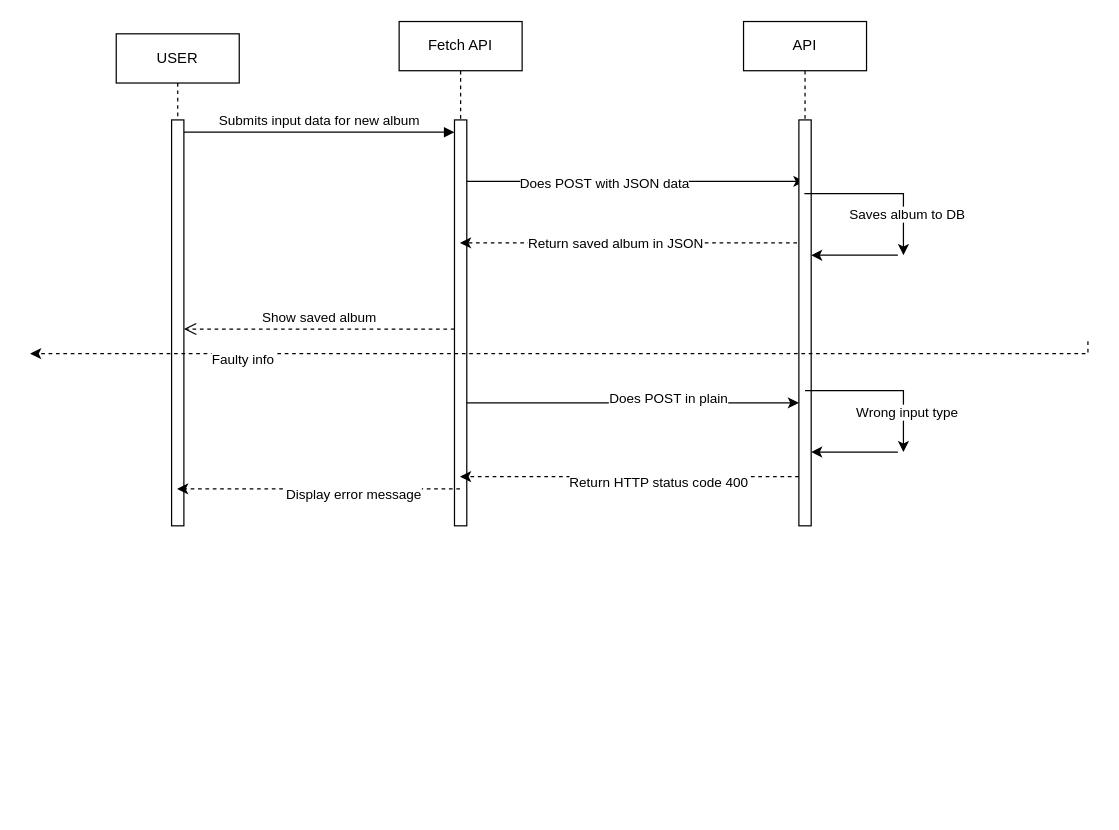
Earlier version of the draw.io diagram Documentation/UMLDiagramPOST.drawio (LyonBerends/web-basics). Source tidied: cells renumbered, new cells numbered last; positions are measured from the earlier drawing's top-left corner, leaving out a move shared by most shapes. Both pictures are drawn from the tidied source at 123%, with x=0, y=0 at pixel (30, 21).
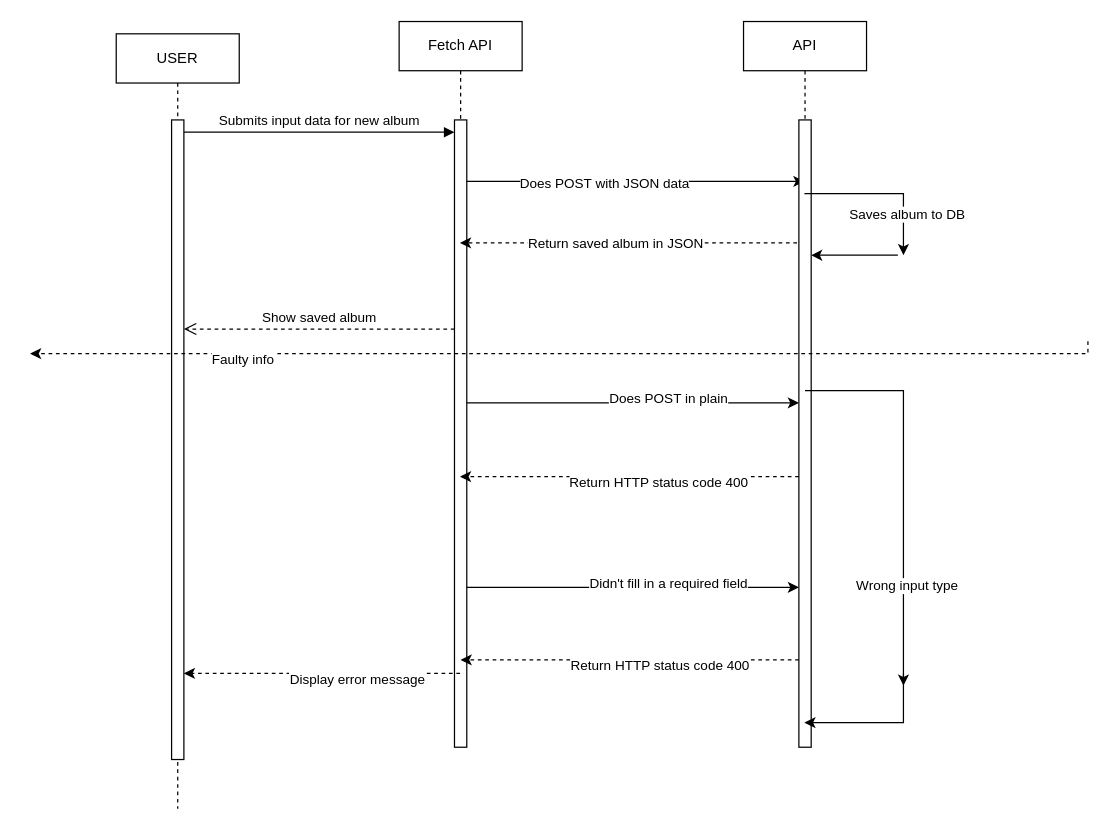
The same page after the edit.

Diff of the diagram source:
```diff
@@
     <mxCell id="2" value="USER" style="shape=umlLifeline;perimeter=lifelinePerimeter;whiteSpace=wrap;html=1;newEdgeStyle={&quot;edgeStyle&quot;:&quot;elbowEdgeStyle&quot;,&quot;elbow&quot;:&quot;vertical&quot;,&quot;curved&quot;:0,&quot;rounded&quot;:0};" parent="1" vertex="1">
-      <mxGeometry x="70" y="10" width="100" height="400" as="geometry" />
+      <mxGeometry x="70" y="10" width="100" height="630" as="geometry" />
     </mxCell>
     <mxCell id="3" style="html=1;points=[];perimeter=orthogonalPerimeter;outlineConnect=0;targetShapes=umlLifeline;portConstraint=eastwest;newEdgeStyle={&quot;edgeStyle&quot;:&quot;elbowEdgeStyle&quot;,&quot;elbow&quot;:&quot;vertical&quot;,&quot;curved&quot;:0,&quot;rounded&quot;:0};" parent="2" vertex="1">
-      <mxGeometry x="45" y="70" width="10" height="330" as="geometry" />
+      <mxGeometry x="45" y="70" width="10" height="520" as="geometry" />
     </mxCell>
     <mxCell id="4" value="Fetch API" style="shape=umlLifeline;perimeter=lifelinePerimeter;whiteSpace=wrap;html=1;outlineConnect=0;portConstraint=eastwest;newEdgeStyle={&quot;edgeStyle&quot;:&quot;elbowEdgeStyle&quot;,&quot;elbow&quot;:&quot;vertical&quot;,&quot;curved&quot;:0,&quot;rounded&quot;:0};" parent="1" vertex="1">
-      <mxGeometry x="300" width="100" height="410" as="geometry" />
+      <mxGeometry x="300" width="100" height="590" as="geometry" />
     </mxCell>
     <mxCell id="5" style="html=1;points=[];perimeter=orthogonalPerimeter;outlineConnect=0;targetShapes=umlLifeline;portConstraint=eastwest;newEdgeStyle={&quot;edgeStyle&quot;:&quot;elbowEdgeStyle&quot;,&quot;elbow&quot;:&quot;vertical&quot;,&quot;curved&quot;:0,&quot;rounded&quot;:0};" parent="4" vertex="1">
-      <mxGeometry x="45" y="80" width="10" height="330" as="geometry" />
+      <mxGeometry x="45" y="80" width="10" height="510" as="geometry" />
     </mxCell>
@@
     <mxCell id="12" value="API" style="shape=umlLifeline;perimeter=lifelinePerimeter;whiteSpace=wrap;html=1;outlineConnect=0;portConstraint=eastwest;newEdgeStyle={&quot;edgeStyle&quot;:&quot;elbowEdgeStyle&quot;,&quot;elbow&quot;:&quot;vertical&quot;,&quot;curved&quot;:0,&quot;rounded&quot;:0};" parent="1" vertex="1">
-      <mxGeometry x="580" width="100" height="410" as="geometry" />
+      <mxGeometry x="580" width="100" height="590" as="geometry" />
     </mxCell>
     <mxCell id="13" style="html=1;points=[];perimeter=orthogonalPerimeter;outlineConnect=0;targetShapes=umlLifeline;portConstraint=eastwest;newEdgeStyle={&quot;edgeStyle&quot;:&quot;elbowEdgeStyle&quot;,&quot;elbow&quot;:&quot;vertical&quot;,&quot;curved&quot;:0,&quot;rounded&quot;:0};" parent="12" vertex="1">
-      <mxGeometry x="45" y="80" width="10" height="330" as="geometry" />
+      <mxGeometry x="45" y="80" width="10" height="510" as="geometry" />
     </mxCell>
@@
-    <mxCell id="19" style="edgeStyle=elbowEdgeStyle;rounded=0;orthogonalLoop=1;jettySize=auto;html=1;elbow=vertical;curved=0;" parent="1" edge="1">
+    <mxCell id="19" style="edgeStyle=elbowEdgeStyle;rounded=0;jettySize=auto;html=1;elbow=vertical;curved=0;" parent="1" edge="1" target="12">
       <mxGeometry relative="1" as="geometry">
-        <mxPoint x="640.5" y="350" as="sourcePoint" />
-        <mxPoint x="635" y="350" as="targetPoint" />
+        <mxPoint x="710" y="530" as="sourcePoint" />
         <Array as="points">
-          <mxPoint x="705.5" y="350" />
+          <mxPoint x="720.5" y="570" />
         </Array>
       </mxGeometry>
     </mxCell>
     <mxCell id="20" style="edgeStyle=elbowEdgeStyle;rounded=0;orthogonalLoop=1;jettySize=auto;html=1;elbow=vertical;curved=0;" parent="1" edge="1">
       <mxGeometry relative="1" as="geometry">
         <mxPoint x="630" y="300" as="sourcePoint" />
-        <mxPoint x="710" y="350" as="targetPoint" />
+        <mxPoint x="710" y="540" as="targetPoint" />
         <Array as="points">
           <mxPoint x="730.5" y="300" />
         </Array>
       </mxGeometry>
     </mxCell>
@@
-    <mxCell id="24" style="edgeStyle=elbowEdgeStyle;rounded=0;orthogonalLoop=1;jettySize=auto;html=1;elbow=vertical;curved=0;dashed=1;" parent="1" edge="1">
+    <mxCell id="24" style="edgeStyle=elbowEdgeStyle;rounded=0;jettySize=auto;html=1;elbow=vertical;curved=0;dashed=1;" parent="1" edge="1" source="4" target="3">
       <mxGeometry relative="1" as="geometry">
-        <mxPoint x="349.5" y="380" as="sourcePoint" />
-        <mxPoint x="119.5" y="380" as="targetPoint" />
         <Array as="points">
-          <mxPoint x="230" y="380" />
+          <mxPoint x="230" y="530" />
         </Array>
       </mxGeometry>
     </mxCell>
@@
+    <mxCell id="28" style="edgeStyle=elbowEdgeStyle;rounded=0;orthogonalLoop=1;jettySize=auto;html=1;elbow=vertical;curved=0;" parent="1" edge="1">
+      <mxGeometry relative="1" as="geometry">
+        <mxPoint x="355" y="460" as="sourcePoint" />
+        <mxPoint x="625" y="460" as="targetPoint" />
+        <Array as="points">
+          <mxPoint x="490" y="460" />
+        </Array>
+      </mxGeometry>
+    </mxCell>
+    <mxCell id="29" value="Didn't fill in a required field" style="edgeLabel;html=1;align=center;verticalAlign=middle;" parent="28" vertex="1">
+      <mxGeometry x="0.21" y="4" relative="1" as="geometry" />
+    </mxCell>
+    <mxCell id="30" style="edgeStyle=elbowEdgeStyle;rounded=0;orthogonalLoop=1;jettySize=auto;html=1;elbow=vertical;curved=0;dashed=1;" parent="1" edge="1">
+      <mxGeometry relative="1" as="geometry">
+        <mxPoint x="625" y="519" as="sourcePoint" />
+        <mxPoint x="350" y="519" as="targetPoint" />
+        <Array as="points">
+          <mxPoint x="505" y="519" />
+        </Array>
+      </mxGeometry>
+    </mxCell>
+    <mxCell id="31" value="Return HTTP status code 400" style="edgeLabel;html=1;align=center;verticalAlign=middle;" parent="30" vertex="1">
+      <mxGeometry x="0.21" y="4" relative="1" as="geometry">
+        <mxPoint x="52" as="offset" />
+      </mxGeometry>
+    </mxCell>
```
